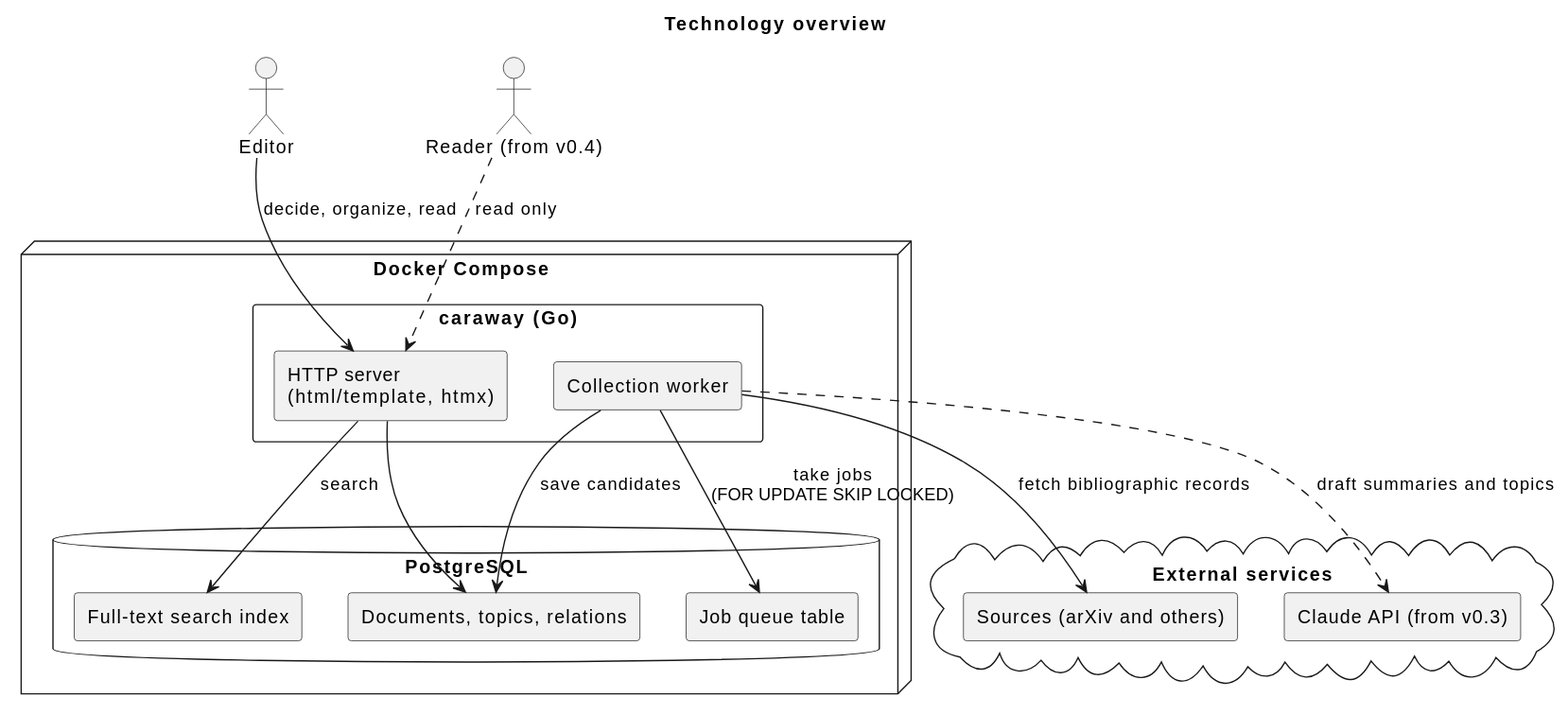
Earlier version of the PlantUML export docs/ja/requirements/technology.svg (cloveclovedev/caraway). Its diagram source:
```plantuml
@startuml
title Technology overview
skinparam shadowing false
skinparam componentStyle rectangle

actor "Editor" as editor
actor "Reader (from v0.4)" as reader

cloud "External services" {
  [Sources (arXiv and others)] as sources
  [Claude API (from v0.3)] as claude
}

node "Docker Compose" {
  component "caraway (Go)" as app {
    [HTTP server\n(html/template, htmx)] as web
    [Collection worker] as worker
  }
  database "PostgreSQL" as db {
    [Documents, topics, relations] as tables
    [Full-text search index] as fts
    [Job queue table] as queue
  }
}

editor --> web : decide, organize, read
reader ..> web : read only
web --> tables
web --> fts : search
worker --> queue : take jobs\n(FOR UPDATE SKIP LOCKED)
worker --> sources : fetch bibliographic records
worker --> tables : save candidates
worker ..> claude : draft summaries and topics
@enduml
```
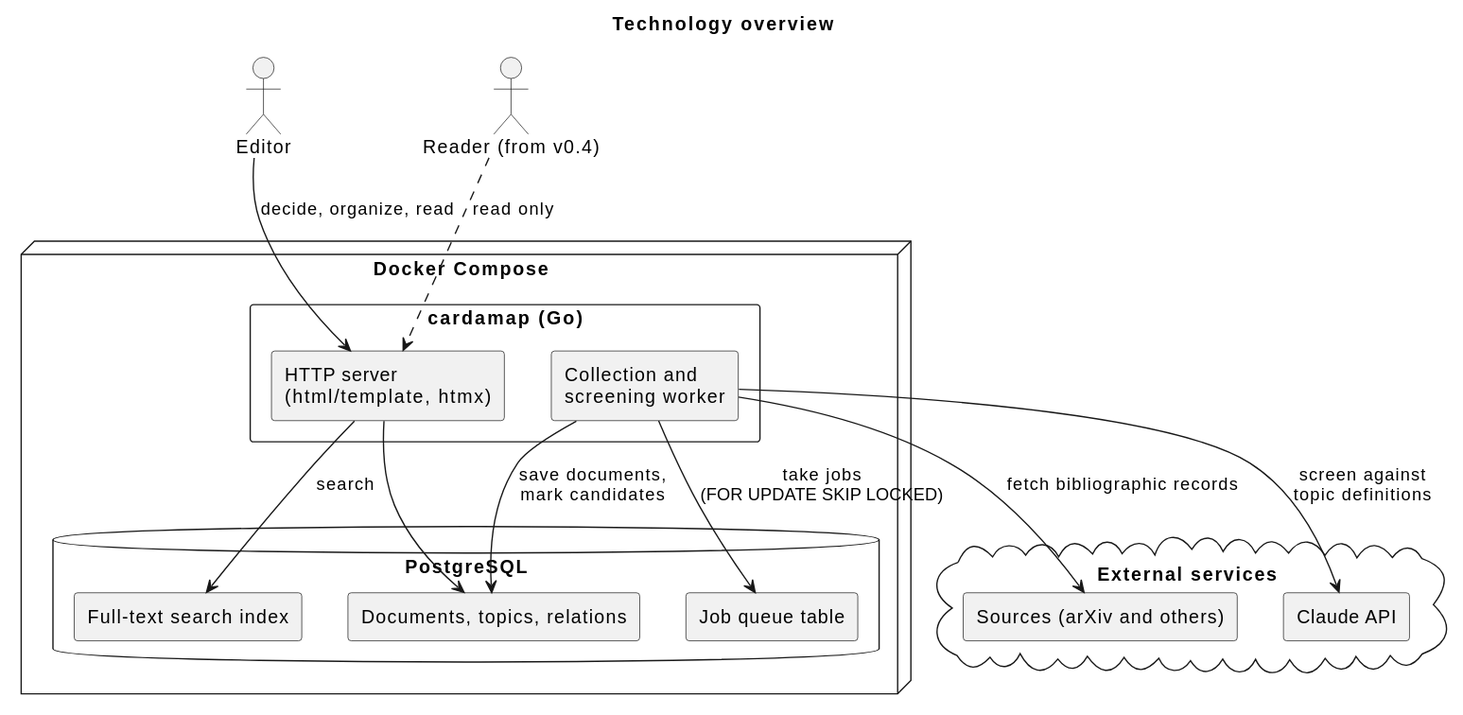
Above is the later version.

What changed in the source:
```diff
@@ -8,13 +8,13 @@
 
 cloud "External services" {
   [Sources (arXiv and others)] as sources
-  [Claude API (from v0.3)] as claude
+  [Claude API] as claude
 }
 
 node "Docker Compose" {
-  component "caraway (Go)" as app {
+  component "cardamap (Go)" as app {
     [HTTP server\n(html/template, htmx)] as web
-    [Collection worker] as worker
+    [Collection and\nscreening worker] as worker
   }
   database "PostgreSQL" as db {
     [Documents, topics, relations] as tables
@@ -29,6 +29,6 @@
 web --> fts : search
 worker --> queue : take jobs\n(FOR UPDATE SKIP LOCKED)
 worker --> sources : fetch bibliographic records
-worker --> tables : save candidates
-worker ..> claude : draft summaries and topics
+worker --> tables : save documents,\nmark candidates
+worker --> claude : screen against\ntopic definitions
 @enduml
```
